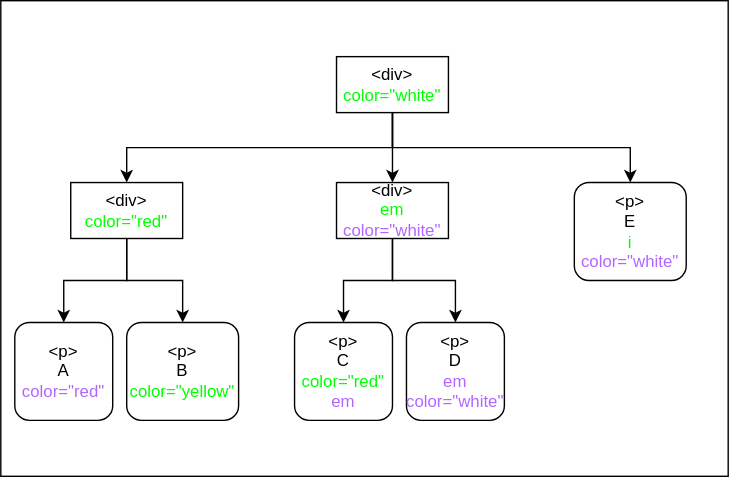
This is images/tree.drawio-17337116117462.svg from 2018wzh/browserinterminal, a draw.io export, as it was before one commit. Source tidied: cells renumbered, new cells last; positions are measured from the earlier drawing's top-left corner, leaving out a move shared by most shapes.
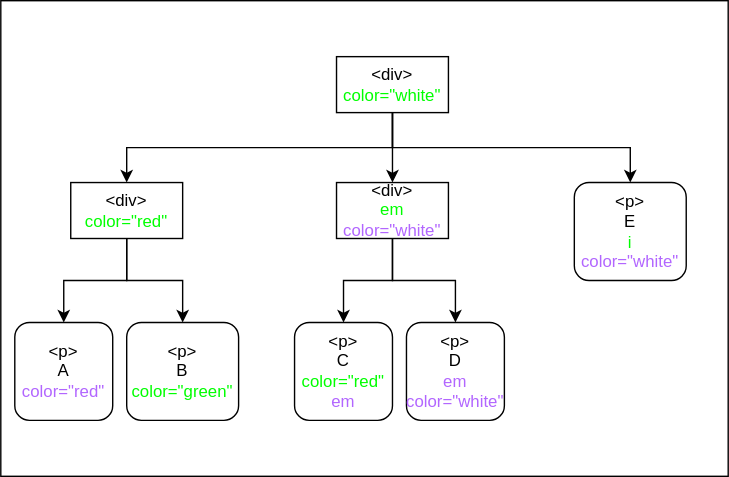
Later version of the same file.

Commit message:
fixed color error

The edit, as a diff of the source:
```diff
@@ -38,7 +38,7 @@
     <mxCell id="13" value="&amp;lt;p&amp;gt;&lt;div&gt;A&lt;/div&gt;&lt;div&gt;&lt;font color=&quot;#b266ff&quot;&gt;color=&quot;red&quot;&lt;/font&gt;&lt;/div&gt;" style="rounded=1;whiteSpace=wrap;html=1;" parent="1" vertex="1">
       <mxGeometry x="10" y="230" width="70" height="70" as="geometry" />
     </mxCell>
-    <mxCell id="14" value="&amp;lt;p&amp;gt;&lt;div&gt;B&lt;/div&gt;&lt;div&gt;&lt;font color=&quot;#00ff00&quot;&gt;color=&quot;yellow&quot;&lt;/font&gt;&lt;/div&gt;" style="rounded=1;whiteSpace=wrap;html=1;" parent="1" vertex="1">
+    <mxCell id="14" value="&amp;lt;p&amp;gt;&lt;div&gt;B&lt;/div&gt;&lt;div&gt;&lt;font color=&quot;#00ff00&quot;&gt;color=&quot;green&quot;&lt;/font&gt;&lt;/div&gt;" style="rounded=1;whiteSpace=wrap;html=1;" parent="1" vertex="1">
       <mxGeometry x="90" y="230" width="80" height="70" as="geometry" />
     </mxCell>
     <mxCell id="15" value="&amp;lt;p&amp;gt;&lt;div&gt;C&lt;/div&gt;&lt;div&gt;&lt;font color=&quot;#00ff00&quot;&gt;color=&quot;red&quot;&lt;/font&gt;&lt;/div&gt;&lt;div&gt;&lt;font color=&quot;#b266ff&quot;&gt;em&lt;/font&gt;&lt;/div&gt;" style="rounded=1;whiteSpace=wrap;html=1;" parent="1" vertex="1">
```
